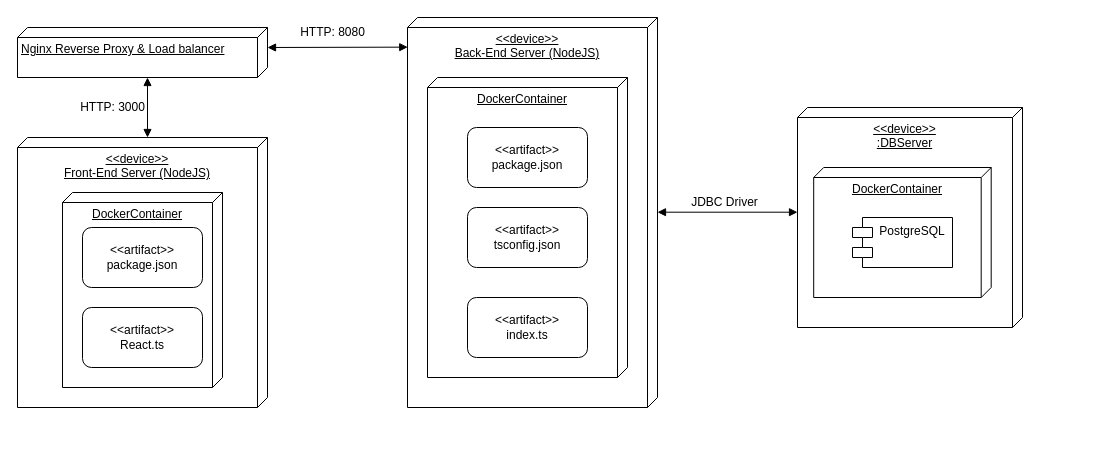
This is TheDeploymentView.drawio from ilkuzmenko/uml-diagrams, a draw.io file, before an edit. Source tidied: cells renumbered, new cells numbered last; positions are measured from the earlier drawing's top-left corner, leaving out a move shared by most shapes. Both pictures are drawn from the tidied source at 100%, with x=0, y=0 at pixel (17, 17).
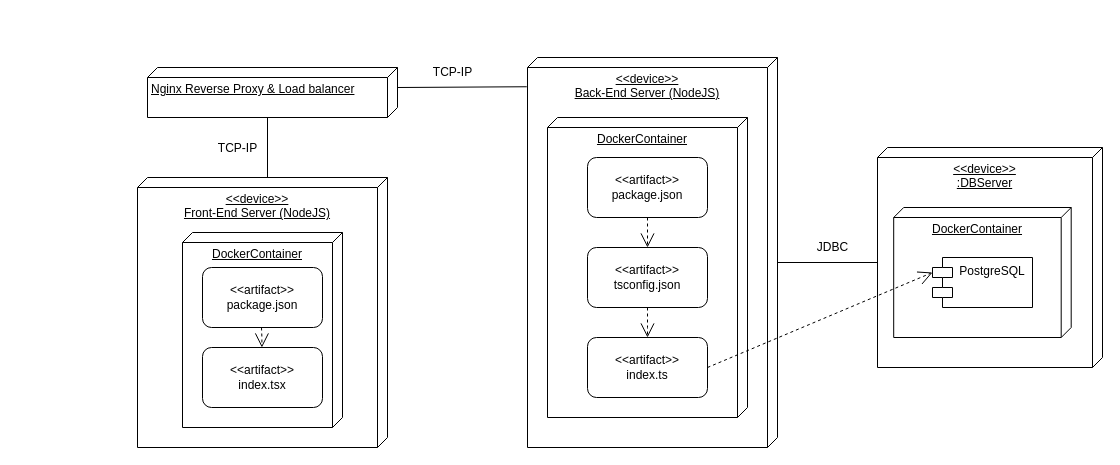
After the change.

The edit, as a diff of the source:
```diff
@@
     <mxCell id="2" value="&amp;lt;&amp;lt;device&amp;gt;&amp;gt;&lt;br&gt;:DBServer" style="verticalAlign=top;align=center;spacingTop=8;spacingLeft=2;spacingRight=12;shape=cube;size=10;direction=south;fontStyle=4;html=1;whiteSpace=wrap;" parent="1" vertex="1">
-      <mxGeometry x="780" y="90" width="225" height="220" as="geometry" />
+      <mxGeometry x="860" y="130" width="225" height="220" as="geometry" />
     </mxCell>
     <mxCell id="3" value="DockerContainer" style="verticalAlign=top;align=center;spacingTop=8;spacingLeft=2;spacingRight=12;shape=cube;size=10;direction=south;fontStyle=4;html=1;whiteSpace=wrap;" parent="1" vertex="1">
-      <mxGeometry x="796.2" y="150" width="177.5" height="130" as="geometry" />
+      <mxGeometry x="876.2" y="190" width="177.5" height="130" as="geometry" />
     </mxCell>
     <mxCell id="4" value="&amp;lt;&amp;lt;device&amp;gt;&amp;gt;&lt;br&gt;Front-End Server (NodeJS)" style="verticalAlign=top;align=center;spacingTop=8;spacingLeft=2;spacingRight=12;shape=cube;size=10;direction=south;fontStyle=4;html=1;whiteSpace=wrap;" parent="1" vertex="1">
-      <mxGeometry y="120" width="250" height="270" as="geometry" />
+      <mxGeometry x="120" y="160" width="250" height="270" as="geometry" />
     </mxCell>
     <mxCell id="5" value="DockerContainer" style="verticalAlign=top;align=center;spacingTop=8;spacingLeft=2;spacingRight=12;shape=cube;size=10;direction=south;fontStyle=4;html=1;whiteSpace=wrap;" parent="1" vertex="1">
-      <mxGeometry x="45" y="175" width="160" height="195" as="geometry" />
+      <mxGeometry x="165" y="215" width="160" height="195" as="geometry" />
     </mxCell>
-    <mxCell id="6" value="&amp;lt;&amp;lt;artifact&amp;gt;&amp;gt;&lt;br&gt;React.ts" style="rounded=1;whiteSpace=wrap;html=1;" parent="1" vertex="1">
-      <mxGeometry x="65" y="290" width="120" height="60" as="geometry" />
+    <mxCell id="6" value="&amp;lt;&amp;lt;artifact&amp;gt;&amp;gt;&lt;br&gt;index.tsx" style="rounded=1;whiteSpace=wrap;html=1;" parent="1" vertex="1">
+      <mxGeometry x="185" y="330" width="120" height="60" as="geometry" />
     </mxCell>
     <mxCell id="7" value="&amp;lt;&amp;lt;device&amp;gt;&amp;gt;&lt;br&gt;Back-End Server (NodeJS)" style="verticalAlign=top;align=center;spacingTop=8;spacingLeft=2;spacingRight=12;shape=cube;size=10;direction=south;fontStyle=4;html=1;whiteSpace=wrap;" parent="1" vertex="1">
-      <mxGeometry x="390" width="250" height="390" as="geometry" />
+      <mxGeometry x="510" y="40" width="250" height="390" as="geometry" />
     </mxCell>
     <mxCell id="8" value="DockerContainer" style="verticalAlign=top;align=center;spacingTop=8;spacingLeft=2;spacingRight=12;shape=cube;size=10;direction=south;fontStyle=4;html=1;whiteSpace=wrap;" parent="1" vertex="1">
-      <mxGeometry x="410" y="60" width="200" height="300" as="geometry" />
+      <mxGeometry x="530" y="100" width="200" height="300" as="geometry" />
     </mxCell>
     <mxCell id="9" value="PostgreSQL" style="shape=module;align=left;spacingLeft=20;align=center;verticalAlign=top;whiteSpace=wrap;html=1;" parent="1" vertex="1">
-      <mxGeometry x="835" y="200" width="100" height="50" as="geometry" />
+      <mxGeometry x="915" y="240" width="100" height="50" as="geometry" />
     </mxCell>
     <mxCell id="10" value="&amp;lt;&amp;lt;artifact&amp;gt;&amp;gt;&lt;br&gt;package.json" style="rounded=1;whiteSpace=wrap;html=1;" parent="1" vertex="1">
-      <mxGeometry x="450" y="110" width="120" height="60" as="geometry" />
+      <mxGeometry x="570" y="140" width="120" height="60" as="geometry" />
     </mxCell>
     <mxCell id="11" value="&amp;lt;&amp;lt;artifact&amp;gt;&amp;gt;&lt;br&gt;tsconfig.json" style="rounded=1;whiteSpace=wrap;html=1;" parent="1" vertex="1">
-      <mxGeometry x="450" y="190" width="120" height="60" as="geometry" />
+      <mxGeometry x="570" y="230" width="120" height="60" as="geometry" />
     </mxCell>
     <mxCell id="12" value="Nginx Reverse Proxy &amp;amp; Load balancer" style="verticalAlign=top;align=left;spacingTop=8;spacingLeft=2;spacingRight=12;shape=cube;size=10;direction=south;fontStyle=4;html=1;whiteSpace=wrap;" parent="1" vertex="1">
-      <mxGeometry y="10" width="250" height="50" as="geometry" />
+      <mxGeometry x="130" y="50" width="250" height="50" as="geometry" />
     </mxCell>
     <mxCell id="13" value="&amp;lt;&amp;lt;artifact&amp;gt;&amp;gt;&lt;br&gt;index.ts" style="rounded=1;whiteSpace=wrap;html=1;" parent="1" vertex="1">
-      <mxGeometry x="450" y="280" width="120" height="60" as="geometry" />
+      <mxGeometry x="570" y="320" width="120" height="60" as="geometry" />
     </mxCell>
     <mxCell id="14" value="&amp;lt;&amp;lt;artifact&amp;gt;&amp;gt;&lt;br&gt;package.json" style="rounded=1;whiteSpace=wrap;html=1;" parent="1" vertex="1">
-      <mxGeometry x="65" y="210" width="120" height="60" as="geometry" />
+      <mxGeometry x="185" y="250" width="120" height="60" as="geometry" />
     </mxCell>
-    <mxCell id="15" style="endArrow=block;startArrow=block;endFill=1;startFill=1;html=1;rounded=0;exitX=0;exitY=0;exitDx=50;exitDy=120;exitPerimeter=0;entryX=0;entryY=0;entryDx=0;entryDy=120;entryPerimeter=0;" parent="1" edge="1" source="12" target="4">
-      <mxGeometry relative="1" as="geometry" />
-    </mxCell>
-    <mxCell id="16" style="endArrow=block;startArrow=block;endFill=1;startFill=1;html=1;rounded=0;exitX=0;exitY=0;exitDx=20;exitDy=0;exitPerimeter=0;entryX=0.076;entryY=0.999;entryDx=0;entryDy=0;entryPerimeter=0;" parent="1" edge="1" source="12" target="7">
-      <mxGeometry relative="1" as="geometry" />
-    </mxCell>
-    <mxCell id="17" style="endArrow=block;startArrow=block;endFill=1;startFill=1;html=1;rounded=0;exitX=0;exitY=0;exitDx=20;exitDy=0;exitPerimeter=0;entryX=0.076;entryY=0.999;entryDx=0;entryDy=0;entryPerimeter=0;" parent="1" edge="1">
-      <mxGeometry relative="1" as="geometry">
-        <mxPoint x="640" y="194.7" as="sourcePoint" />
-        <mxPoint x="780" y="194.7" as="targetPoint" />
-      </mxGeometry>
-    </mxCell>
-    <mxCell id="18" value="HTTP: 3000" style="text;html=1;align=center;verticalAlign=middle;strokeColor=none;fillColor=none;" parent="1" vertex="1">
-      <mxGeometry x="50" y="75" width="90" height="30" as="geometry" />
+    <mxCell id="18" value="TCP-IP" style="text;html=1;align=center;verticalAlign=middle;strokeColor=none;fillColor=none;" parent="1" vertex="1">
+      <mxGeometry x="190" y="116" width="60" height="30" as="geometry" />
     </mxCell>
-    <mxCell id="19" value="JDBC Driver" style="text;html=1;align=center;verticalAlign=middle;strokeColor=none;fillColor=none;" parent="1" vertex="1">
-      <mxGeometry x="662" y="170" width="90" height="30" as="geometry" />
+    <mxCell id="19" value="JDBC" style="text;html=1;align=center;verticalAlign=middle;strokeColor=none;fillColor=none;" parent="1" vertex="1">
+      <mxGeometry x="790" y="215" width="50" height="30" as="geometry" />
     </mxCell>
-    <mxCell id="20" value="HTTP: 8080" style="text;html=1;align=center;verticalAlign=middle;strokeColor=none;fillColor=none;" parent="1" vertex="1">
-      <mxGeometry x="270" width="90" height="30" as="geometry" />
+    <mxCell id="20" value="TCP-IP" style="text;html=1;align=center;verticalAlign=middle;strokeColor=none;fillColor=none;" parent="1" vertex="1">
+      <mxGeometry x="405" y="40" width="60" height="30" as="geometry" />
     </mxCell>
+    <mxCell id="21" style="endArrow=open;endSize=12;dashed=1;html=1;rounded=0;entryX=0;entryY=0;entryDx=0;entryDy=15;entryPerimeter=0;exitX=1;exitY=0.5;exitDx=0;exitDy=0;" parent="1" edge="1" source="13" target="9">
+      <mxGeometry relative="1" as="geometry" />
+    </mxCell>
+    <mxCell id="16" style="endArrow=none;html=1;rounded=0;exitX=0;exitY=0;exitDx=20;exitDy=0;exitPerimeter=0;entryX=0.075;entryY=1.003;entryDx=0;entryDy=0;entryPerimeter=0;" parent="1" edge="1" source="12" target="7">
+      <mxGeometry relative="1" as="geometry" />
+    </mxCell>
+    <mxCell id="15" style="endArrow=none;html=1;rounded=0;exitX=0;exitY=0;exitDx=50;exitDy=130;exitPerimeter=0;entryX=0;entryY=0;entryDx=0;entryDy=120;entryPerimeter=0;" parent="1" edge="1" source="12" target="4">
+      <mxGeometry relative="1" as="geometry" />
+    </mxCell>
+    <mxCell id="22" style="endArrow=none;html=1;rounded=0;entryX=0;entryY=0;entryDx=115;entryDy=225;entryPerimeter=0;" parent="1" edge="1" target="2">
+      <mxGeometry relative="1" as="geometry">
+        <mxPoint x="760" y="245" as="sourcePoint" />
+      </mxGeometry>
+    </mxCell>
+    <mxCell id="23" style="endArrow=open;endSize=12;dashed=1;html=1;rounded=0;exitX=0.5;exitY=1;exitDx=0;exitDy=0;" parent="1" edge="1" source="10">
+      <mxGeometry relative="1" as="geometry">
+        <mxPoint x="630" y="230" as="targetPoint" />
+      </mxGeometry>
+    </mxCell>
+    <mxCell id="24" style="endArrow=open;endSize=12;dashed=1;html=1;rounded=0;exitX=0.5;exitY=1;exitDx=0;exitDy=0;" parent="1" edge="1" source="11" target="13">
+      <mxGeometry relative="1" as="geometry">
+        <Array as="points">
+          <mxPoint x="630" y="310" />
+        </Array>
+      </mxGeometry>
+    </mxCell>
+    <mxCell id="25" style="endArrow=open;endSize=12;dashed=1;html=1;rounded=0;" parent="1" edge="1">
+      <mxGeometry relative="1" as="geometry">
+        <mxPoint x="244" y="310" as="sourcePoint" />
+        <mxPoint x="244.4" y="330" as="targetPoint" />
+        <Array as="points">
+          <mxPoint x="244.4" y="320" />
+        </Array>
+      </mxGeometry>
+    </mxCell>
```
